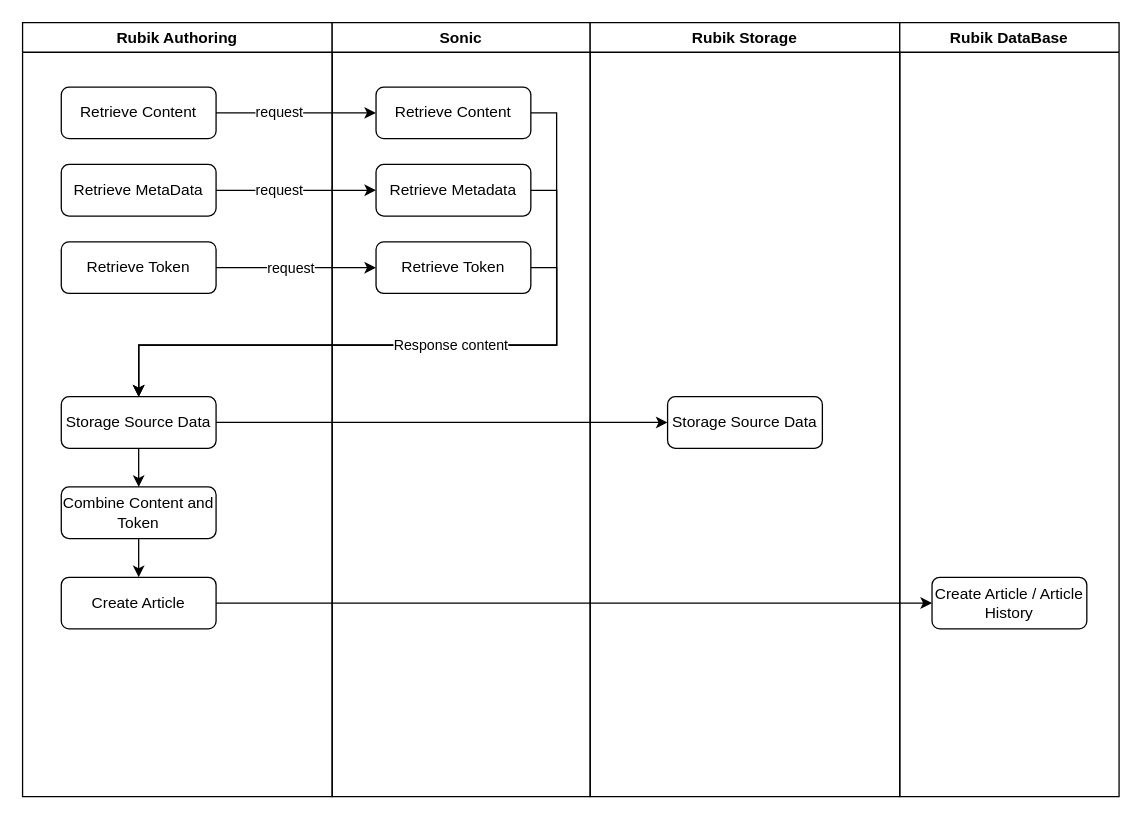
Above: page "Page-14" (14 of 16) of 2.drawio in hy986/Repo_0110 (draw.io), before the change. Source tidied: cells renumbered, new cells numbered last; positions are measured from the earlier drawing's top-left corner, leaving out a move shared by most shapes. Both pictures are drawn from the tidied source at 129%, with x=0, y=0 at pixel (22, 22).
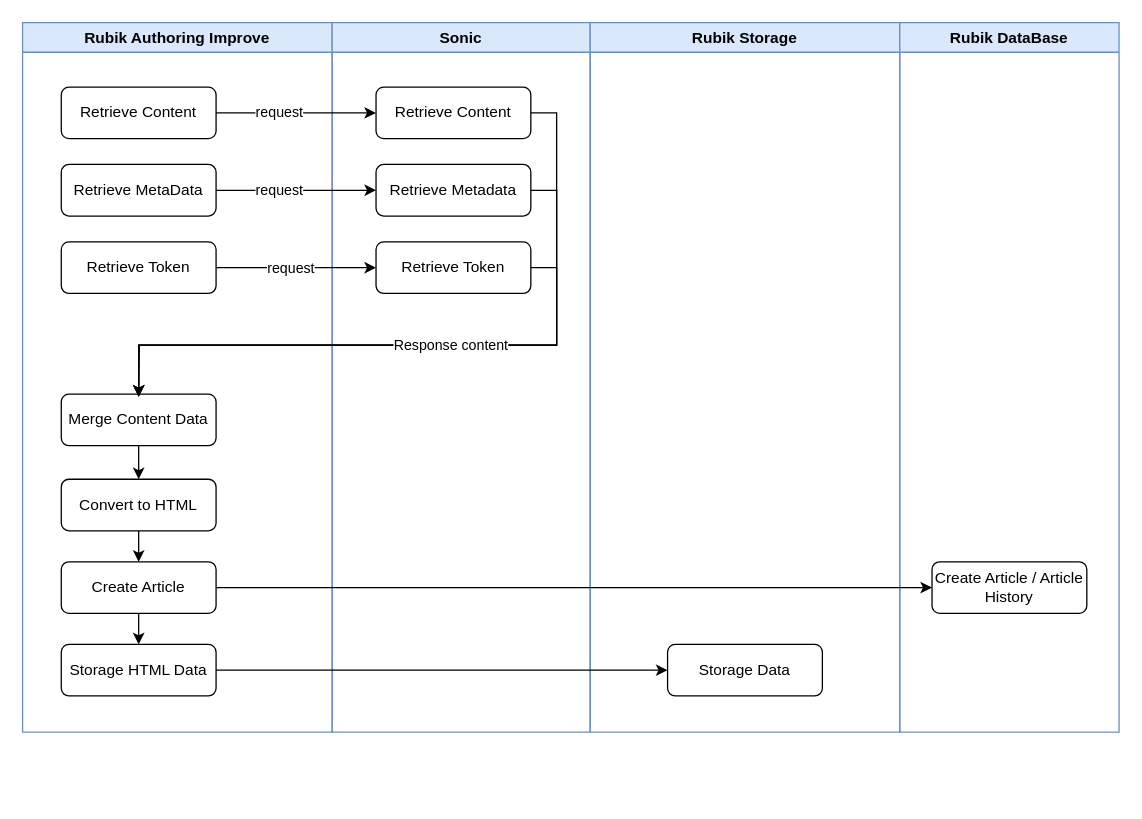
The same page after the edit.

Unchanged cells that the change refers to:
```xml
<mxCell id="12" value="Retrieve Content" style="rounded=1;whiteSpace=wrap;html=1;" parent="11" vertex="1">
  <mxGeometry x="34" y="50" width="120" height="40" as="geometry" />
</mxCell>
<mxCell id="13" value="Retrieve Metadata" style="rounded=1;whiteSpace=wrap;html=1;" parent="11" vertex="1">
  <mxGeometry x="34" y="110" width="120" height="40" as="geometry" />
</mxCell>
<mxCell id="14" value="Retrieve Token" style="rounded=1;whiteSpace=wrap;html=1;" parent="11" vertex="1">
  <mxGeometry x="34" y="170" width="120" height="40" as="geometry" />
</mxCell>
```

Change to the diagram source:
```diff
@@
-    <mxCell id="2" value="Rubik Authoring" style="swimlane;whiteSpace=wrap;html=1;" parent="1" vertex="1">
-      <mxGeometry width="240" height="600" as="geometry" />
+    <mxCell id="2" value="Rubik Authoring Improve" style="swimlane;whiteSpace=wrap;html=1;swimlaneLine=1;fillColor=#dae8fc;strokeColor=#6c8ebf;" parent="1" vertex="1">
+      <mxGeometry width="240" height="550" as="geometry" />
     </mxCell>
@@
-    <mxCell id="6" style="edgeStyle=orthogonalEdgeStyle;rounded=0;jettySize=auto;html=1;exitX=0.5;exitY=1;exitDx=0;exitDy=0;entryX=0.5;entryY=0;entryDx=0;entryDy=0;" parent="2" edge="1" source="7" target="10">
-      <mxGeometry relative="1" as="geometry" />
-    </mxCell>
-    <mxCell id="7" value="Storage Source Data" style="rounded=1;whiteSpace=wrap;html=1;" parent="2" vertex="1">
-      <mxGeometry x="30" y="290" width="120" height="40" as="geometry" />
-    </mxCell>
+    <mxCell id="30" style="edgeStyle=orthogonalEdgeStyle;rounded=0;jettySize=auto;html=1;exitX=0.5;exitY=1;exitDx=0;exitDy=0;" parent="2" edge="1" source="8" target="33">
+      <mxGeometry relative="1" as="geometry" />
+    </mxCell>
     <mxCell id="8" value="Create Article" style="rounded=1;whiteSpace=wrap;html=1;" parent="2" vertex="1">
-      <mxGeometry x="30" y="430" width="120" height="40" as="geometry" />
+      <mxGeometry x="30" y="418" width="120" height="40" as="geometry" />
     </mxCell>
-    <mxCell id="9" style="edgeStyle=orthogonalEdgeStyle;rounded=0;jettySize=auto;html=1;exitX=0.5;exitY=1;exitDx=0;exitDy=0;entryX=0.5;entryY=0;entryDx=0;entryDy=0;" parent="2" edge="1" source="10" target="8">
+    <mxCell id="9" style="edgeStyle=orthogonalEdgeStyle;rounded=0;jettySize=auto;html=1;exitX=0.5;exitY=1;exitDx=0;exitDy=0;entryX=0.5;entryY=0;entryDx=0;entryDy=0;" parent="2" edge="1" source="10" target="32">
       <mxGeometry relative="1" as="geometry" />
     </mxCell>
-    <mxCell id="10" value="Combine Content and Token" style="rounded=1;whiteSpace=wrap;html=1;" parent="2" vertex="1">
-      <mxGeometry x="30" y="360" width="120" height="40" as="geometry" />
+    <mxCell id="10" value="Merge Content Data" style="rounded=1;whiteSpace=wrap;html=1;" parent="2" vertex="1">
+      <mxGeometry x="30" y="288" width="120" height="40" as="geometry" />
     </mxCell>
+    <mxCell id="31" style="edgeStyle=orthogonalEdgeStyle;rounded=0;jettySize=auto;html=1;exitX=0.5;exitY=1;exitDx=0;exitDy=0;entryX=0.5;entryY=0;entryDx=0;entryDy=0;" parent="2" edge="1" source="32" target="8">
+      <mxGeometry relative="1" as="geometry" />
+    </mxCell>
+    <mxCell id="32" value="Convert to HTML" style="rounded=1;whiteSpace=wrap;html=1;" parent="2" vertex="1">
+      <mxGeometry x="30" y="354" width="120" height="40" as="geometry" />
+    </mxCell>
+    <mxCell id="33" value="Storage HTML Data" style="rounded=1;whiteSpace=wrap;html=1;" parent="2" vertex="1">
+      <mxGeometry x="30" y="482" width="120" height="40" as="geometry" />
+    </mxCell>
-    <mxCell id="11" value="Sonic" style="swimlane;whiteSpace=wrap;html=1;" parent="1" vertex="1">
-      <mxGeometry x="240" width="200" height="600" as="geometry" />
+    <mxCell id="11" value="Sonic" style="swimlane;whiteSpace=wrap;html=1;fillColor=#dae8fc;strokeColor=#6c8ebf;" parent="1" vertex="1">
+      <mxGeometry x="240" width="200" height="550" as="geometry" />
     </mxCell>
@@
-    <mxCell id="21" value="Rubik Storage" style="swimlane;whiteSpace=wrap;html=1;" parent="1" vertex="1">
-      <mxGeometry x="440" width="240" height="600" as="geometry" />
+    <mxCell id="21" value="Rubik Storage" style="swimlane;whiteSpace=wrap;html=1;fillColor=#dae8fc;strokeColor=#6c8ebf;" parent="1" vertex="1">
+      <mxGeometry x="440" width="240" height="550" as="geometry" />
     </mxCell>
-    <mxCell id="22" value="Storage Source Data" style="rounded=1;whiteSpace=wrap;html=1;" parent="21" vertex="1">
-      <mxGeometry x="60" y="290" width="120" height="40" as="geometry" />
-    </mxCell>
-    <mxCell id="23" style="edgeStyle=orthogonalEdgeStyle;rounded=0;jettySize=auto;html=1;exitX=1;exitY=0.5;exitDx=0;exitDy=0;entryX=0;entryY=0.5;entryDx=0;entryDy=0;" parent="1" edge="1" source="7" target="22">
-      <mxGeometry relative="1" as="geometry" />
-    </mxCell>
+    <mxCell id="34" value="Storage Data" style="rounded=1;whiteSpace=wrap;html=1;fillColor=default;" parent="21" vertex="1">
+      <mxGeometry x="60" y="482" width="120" height="40" as="geometry" />
+    </mxCell>
-    <mxCell id="24" style="edgeStyle=orthogonalEdgeStyle;rounded=0;jettySize=auto;html=1;exitX=1;exitY=0.5;exitDx=0;exitDy=0;entryX=0.5;entryY=0;entryDx=0;entryDy=0;" parent="1" edge="1" source="14" target="7">
-      <mxGeometry relative="1" as="geometry" />
+    <mxCell id="24" style="edgeStyle=orthogonalEdgeStyle;rounded=0;jettySize=auto;html=1;exitX=1;exitY=0.5;exitDx=0;exitDy=0;entryX=0.5;entryY=0;entryDx=0;entryDy=0;" parent="1" edge="1" source="14">
+      <mxGeometry relative="1" as="geometry">
+        <mxPoint x="90" y="290" as="targetPoint" />
+      </mxGeometry>
     </mxCell>
-    <mxCell id="25" style="edgeStyle=orthogonalEdgeStyle;rounded=0;jettySize=auto;html=1;exitX=1;exitY=0.5;exitDx=0;exitDy=0;entryX=0.5;entryY=0;entryDx=0;entryDy=0;" parent="1" edge="1" source="13" target="7">
+    <mxCell id="25" style="edgeStyle=orthogonalEdgeStyle;rounded=0;jettySize=auto;html=1;exitX=1;exitY=0.5;exitDx=0;exitDy=0;entryX=0.5;entryY=0;entryDx=0;entryDy=0;" parent="1" edge="1" source="13">
       <mxGeometry relative="1" as="geometry">
+        <mxPoint x="90" y="290" as="targetPoint" />
         <Array as="points">
           <mxPoint x="414" y="130" />
           <mxPoint x="414" y="250" />
           <mxPoint x="90" y="250" />
         </Array>
       </mxGeometry>
     </mxCell>
-    <mxCell id="26" value="Response content" style="edgeStyle=orthogonalEdgeStyle;rounded=0;jettySize=auto;html=1;exitX=1;exitY=0.5;exitDx=0;exitDy=0;entryX=0.5;entryY=0;entryDx=0;entryDy=0;" parent="1" edge="1" source="12" target="7">
+    <mxCell id="26" value="Response content" style="edgeStyle=orthogonalEdgeStyle;rounded=0;jettySize=auto;html=1;exitX=1;exitY=0.5;exitDx=0;exitDy=0;entryX=0.5;entryY=0;entryDx=0;entryDy=0;" parent="1" edge="1" source="12">
       <mxGeometry relative="1" as="geometry">
+        <mxPoint x="90" y="290" as="targetPoint" />
         <Array as="points">
           <mxPoint x="414" y="70" />
           <mxPoint x="414" y="250" />
           <mxPoint x="90" y="250" />
         </Array>
       </mxGeometry>
     </mxCell>
-    <mxCell id="27" value="Rubik DataBase" style="swimlane;whiteSpace=wrap;html=1;" parent="1" vertex="1">
-      <mxGeometry x="680" width="170" height="600" as="geometry" />
+    <mxCell id="27" value="Rubik DataBase" style="swimlane;whiteSpace=wrap;html=1;fillColor=#dae8fc;strokeColor=#6c8ebf;" parent="1" vertex="1">
+      <mxGeometry x="680" width="170" height="550" as="geometry" />
     </mxCell>
     <mxCell id="28" value="Create Article / Article History" style="rounded=1;whiteSpace=wrap;html=1;" parent="27" vertex="1">
-      <mxGeometry x="25" y="430" width="120" height="40" as="geometry" />
+      <mxGeometry x="25" y="418" width="120" height="40" as="geometry" />
     </mxCell>
@@
+    <mxCell id="35" style="edgeStyle=orthogonalEdgeStyle;rounded=0;jettySize=auto;html=1;exitX=1;exitY=0.5;exitDx=0;exitDy=0;entryX=0;entryY=0.5;entryDx=0;entryDy=0;" parent="1" edge="1" source="33" target="34">
+      <mxGeometry relative="1" as="geometry" />
+    </mxCell>
```
